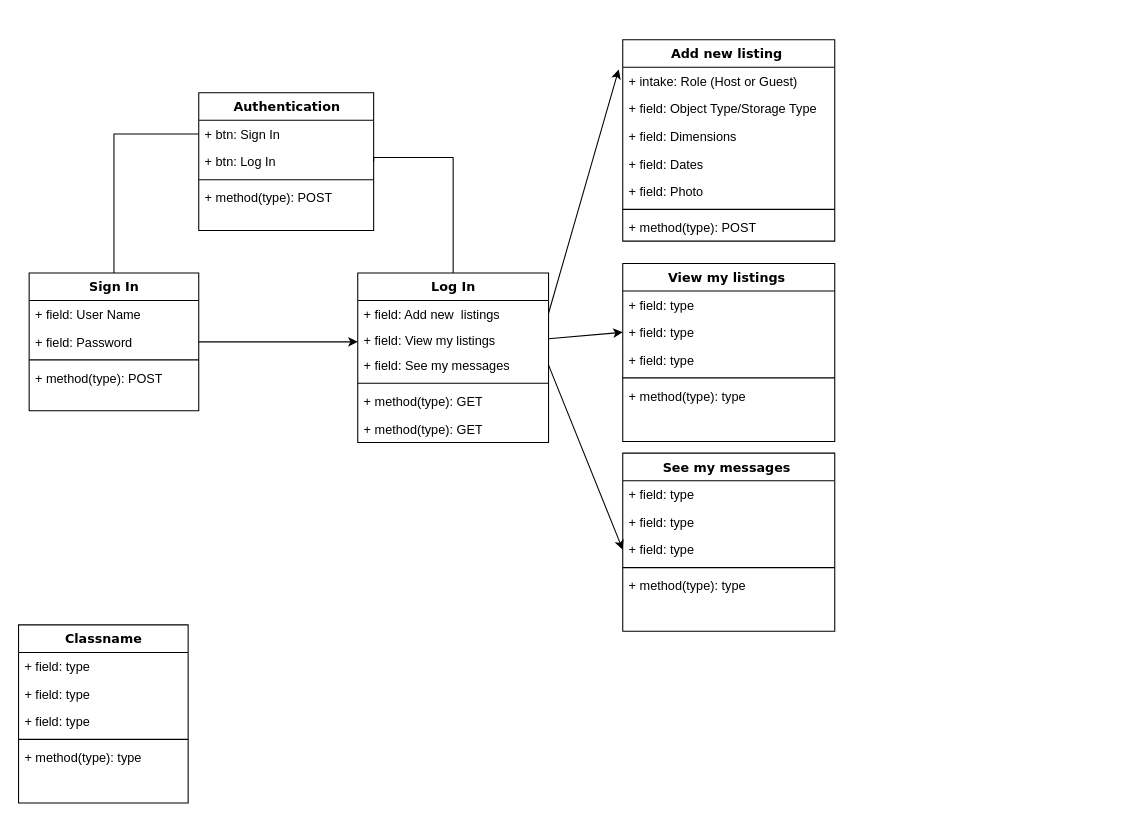
Before: page "Data Flow" (1 of 2) of Untitled Diagram.drawio in AnnaPalii/storeX, a draw.io diagram. Source tidied: cells renumbered, new cells numbered last; positions are measured from the earlier drawing's top-left corner, leaving out a move shared by most shapes. Both pictures are drawn from the tidied source at 106%, with x=0, y=0 at pixel (18, 39).
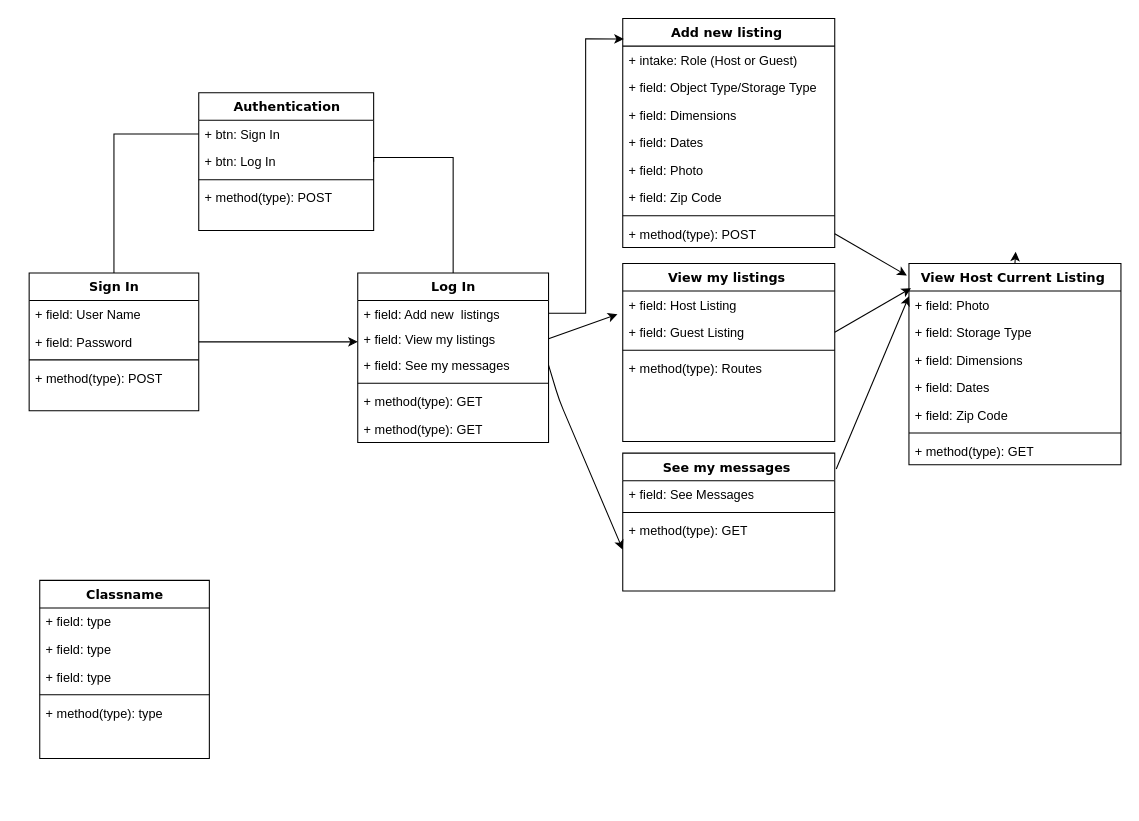
The same page after the edit.

Unchanged cells that the change refers to:
```xml
<mxCell id="3" value="+ intake: Role (Host or Guest)" style="text;html=1;strokeColor=none;fillColor=none;align=left;verticalAlign=top;spacingLeft=4;spacingRight=4;whiteSpace=wrap;overflow=hidden;points=[[0,0.5],[1,0.5]];portConstraint=eastwest;" parent="2" vertex="1">
  <mxGeometry y="26" width="200" height="26" as="geometry" />
</mxCell>
<mxCell id="21" value="+ field: Add new&amp;nbsp; listings" style="text;html=1;strokeColor=none;fillColor=none;align=left;verticalAlign=top;spacingLeft=4;spacingRight=4;whiteSpace=wrap;overflow=hidden;points=[[0,0.5],[1,0.5]];portConstraint=eastwest;" parent="20" vertex="1">
  <mxGeometry y="26" width="180" height="24" as="geometry" />
</mxCell>
<mxCell id="22" value="+ field: View my listings" style="text;html=1;strokeColor=none;fillColor=none;align=left;verticalAlign=top;spacingLeft=4;spacingRight=4;whiteSpace=wrap;overflow=hidden;points=[[0,0.5],[1,0.5]];portConstraint=eastwest;" parent="20" vertex="1">
  <mxGeometry y="50" width="180" height="24" as="geometry" />
</mxCell>
<mxCell id="23" value="+ field: See my messages&amp;nbsp;" style="text;html=1;strokeColor=none;fillColor=none;align=left;verticalAlign=top;spacingLeft=4;spacingRight=4;whiteSpace=wrap;overflow=hidden;points=[[0,0.5],[1,0.5]];portConstraint=eastwest;" parent="20" vertex="1">
  <mxGeometry y="74" width="180" height="26" as="geometry" />
</mxCell>
<mxCell id="29" value="View my listings&amp;nbsp;" style="swimlane;html=1;fontStyle=1;align=center;verticalAlign=top;horizontal=1;startSize=26;swimlaneFillColor=#ffffff;rounded=0;shadow=0;comic=0;labelBackgroundColor=none;strokeWidth=1;fillColor=none;fontFamily=Verdana;fontSize=12;" parent="1" vertex="1">
  <mxGeometry x="570" y="211" width="200" height="168" as="geometry" />
</mxCell>
```

Diff of the diagram source:
```diff
@@
     <mxCell id="2" value="Add new listing&amp;nbsp;" style="swimlane;html=1;fontStyle=1;align=center;verticalAlign=top;horizontal=1;startSize=26;swimlaneFillColor=#ffffff;rounded=0;shadow=0;comic=0;labelBackgroundColor=none;strokeWidth=1;fillColor=none;fontFamily=Verdana;fontSize=12;" parent="1" vertex="1">
-      <mxGeometry x="570" width="200" height="190" as="geometry" />
+      <mxGeometry x="570" y="-20" width="200" height="216" as="geometry" />
     </mxCell>
@@
+    <mxCell id="51" value="+ field: Zip Code&amp;nbsp;&amp;nbsp;" style="text;html=1;strokeColor=none;fillColor=none;align=left;verticalAlign=top;spacingLeft=4;spacingRight=4;whiteSpace=wrap;overflow=hidden;" parent="2" vertex="1">
+      <mxGeometry y="156" width="200" height="26" as="geometry" />
+    </mxCell>
     <mxCell id="8" style="line;html=1;strokeWidth=1;fillColor=none;align=left;verticalAlign=middle;spacingTop=-1;spacingLeft=3;spacingRight=3;labelPosition=right;" parent="2" vertex="1">
-      <mxGeometry y="156" width="200" height="8" as="geometry" />
+      <mxGeometry y="182" width="200" height="8" as="geometry" />
     </mxCell>
     <mxCell id="9" value="+ method(type): POST" style="text;html=1;strokeColor=none;fillColor=none;align=left;verticalAlign=top;spacingLeft=4;spacingRight=4;whiteSpace=wrap;overflow=hidden;points=[[0,0.5],[1,0.5]];portConstraint=eastwest;" parent="2" vertex="1">
-      <mxGeometry y="164" width="200" height="26" as="geometry" />
+      <mxGeometry y="190" width="200" height="26" as="geometry" />
     </mxCell>
@@
+    <mxCell id="52" style="edgeStyle=orthogonalEdgeStyle;rounded=0;jettySize=auto;html=1;exitX=1;exitY=0.5;exitDx=0;exitDy=0;entryX=0.005;entryY=0.089;entryDx=0;entryDy=0;entryPerimeter=0;" parent="1" edge="1" source="21" target="2">
+      <mxGeometry relative="1" as="geometry" />
+    </mxCell>
@@
-    <mxCell id="30" value="+ field: type" style="text;html=1;strokeColor=none;fillColor=none;align=left;verticalAlign=top;spacingLeft=4;spacingRight=4;whiteSpace=wrap;overflow=hidden;" parent="29" vertex="1">
+    <mxCell id="30" value="+ field: Host Listing" style="text;html=1;strokeColor=none;fillColor=none;align=left;verticalAlign=top;spacingLeft=4;spacingRight=4;whiteSpace=wrap;overflow=hidden;" parent="29" vertex="1">
       <mxGeometry y="26" width="200" height="26" as="geometry" />
     </mxCell>
-    <mxCell id="31" value="+ field: type" style="text;html=1;strokeColor=none;fillColor=none;align=left;verticalAlign=top;spacingLeft=4;spacingRight=4;whiteSpace=wrap;overflow=hidden;points=[[0,0.5],[1,0.5]];portConstraint=eastwest;" parent="29" vertex="1">
+    <mxCell id="31" value="+ field: Guest Listing&amp;nbsp;" style="text;html=1;strokeColor=none;fillColor=none;align=left;verticalAlign=top;spacingLeft=4;spacingRight=4;whiteSpace=wrap;overflow=hidden;points=[[0,0.5],[1,0.5]];portConstraint=eastwest;" parent="29" vertex="1">
       <mxGeometry y="52" width="200" height="26" as="geometry" />
     </mxCell>
-    <mxCell id="32" value="+ field: type" style="text;html=1;strokeColor=none;fillColor=none;align=left;verticalAlign=top;spacingLeft=4;spacingRight=4;whiteSpace=wrap;overflow=hidden;" parent="29" vertex="1">
-      <mxGeometry y="78" width="200" height="26" as="geometry" />
-    </mxCell>
     <mxCell id="33" style="line;html=1;strokeWidth=1;fillColor=none;align=left;verticalAlign=middle;spacingTop=-1;spacingLeft=3;spacingRight=3;labelPosition=right;" parent="29" vertex="1">
-      <mxGeometry y="104" width="200" height="8" as="geometry" />
+      <mxGeometry y="78" width="200" height="8" as="geometry" />
     </mxCell>
-    <mxCell id="34" value="+ method(type): type" style="text;html=1;strokeColor=none;fillColor=none;align=left;verticalAlign=top;spacingLeft=4;spacingRight=4;whiteSpace=wrap;overflow=hidden;" parent="29" vertex="1">
-      <mxGeometry y="112" width="200" height="26" as="geometry" />
+    <mxCell id="34" value="+ method(type): Routes" style="text;html=1;strokeColor=none;fillColor=none;align=left;verticalAlign=top;spacingLeft=4;spacingRight=4;whiteSpace=wrap;overflow=hidden;" parent="29" vertex="1">
+      <mxGeometry y="86" width="200" height="26" as="geometry" />
     </mxCell>
@@
     <mxCell id="36" value="See my messages&amp;nbsp;" style="swimlane;html=1;fontStyle=1;align=center;verticalAlign=top;horizontal=1;startSize=26;swimlaneFillColor=#ffffff;rounded=0;shadow=0;comic=0;labelBackgroundColor=none;strokeWidth=1;fillColor=none;fontFamily=Verdana;fontSize=12;" parent="1" vertex="1">
-      <mxGeometry x="570" y="390" width="200" height="168" as="geometry" />
+      <mxGeometry x="570" y="390" width="200" height="130" as="geometry" />
     </mxCell>
-    <mxCell id="37" value="+ field: type" style="text;html=1;strokeColor=none;fillColor=none;align=left;verticalAlign=top;spacingLeft=4;spacingRight=4;whiteSpace=wrap;overflow=hidden;" parent="36" vertex="1">
+    <mxCell id="37" value="+ field: See Messages" style="text;html=1;strokeColor=none;fillColor=none;align=left;verticalAlign=top;spacingLeft=4;spacingRight=4;whiteSpace=wrap;overflow=hidden;" parent="36" vertex="1">
       <mxGeometry y="26" width="200" height="26" as="geometry" />
     </mxCell>
-    <mxCell id="38" value="+ field: type" style="text;html=1;strokeColor=none;fillColor=none;align=left;verticalAlign=top;spacingLeft=4;spacingRight=4;whiteSpace=wrap;overflow=hidden;" parent="36" vertex="1">
-      <mxGeometry y="52" width="200" height="26" as="geometry" />
-    </mxCell>
-    <mxCell id="39" value="+ field: type" style="text;html=1;strokeColor=none;fillColor=none;align=left;verticalAlign=top;spacingLeft=4;spacingRight=4;whiteSpace=wrap;overflow=hidden;points=[[0,0.5],[1,0.5]];portConstraint=eastwest;" parent="36" vertex="1">
-      <mxGeometry y="78" width="200" height="26" as="geometry" />
-    </mxCell>
     <mxCell id="40" style="line;html=1;strokeWidth=1;fillColor=none;align=left;verticalAlign=middle;spacingTop=-1;spacingLeft=3;spacingRight=3;labelPosition=right;" parent="36" vertex="1">
-      <mxGeometry y="104" width="200" height="8" as="geometry" />
+      <mxGeometry y="52" width="200" height="8" as="geometry" />
     </mxCell>
-    <mxCell id="41" value="+ method(type): type" style="text;html=1;strokeColor=none;fillColor=none;align=left;verticalAlign=top;spacingLeft=4;spacingRight=4;whiteSpace=wrap;overflow=hidden;" parent="36" vertex="1">
-      <mxGeometry y="112" width="200" height="26" as="geometry" />
+    <mxCell id="41" value="+ method(type): GET" style="text;html=1;strokeColor=none;fillColor=none;align=left;verticalAlign=top;spacingLeft=4;spacingRight=4;whiteSpace=wrap;overflow=hidden;" parent="36" vertex="1">
+      <mxGeometry y="60" width="200" height="26" as="geometry" />
     </mxCell>
     <mxCell id="42" value="Classname" style="swimlane;html=1;fontStyle=1;align=center;verticalAlign=top;horizontal=1;startSize=26;swimlaneFillColor=#ffffff;rounded=0;shadow=0;comic=0;labelBackgroundColor=none;strokeWidth=1;fillColor=none;fontFamily=Verdana;fontSize=12;" parent="1" vertex="1">
-      <mxGeometry y="552" width="160" height="168" as="geometry" />
+      <mxGeometry x="20" y="510" width="160" height="168" as="geometry" />
     </mxCell>
@@
-    <mxCell id="48" style="endArrow=classic;html=1;exitX=1;exitY=0.5;exitDx=0;exitDy=0;entryX=-0.019;entryY=0.077;entryDx=0;entryDy=0;entryPerimeter=0;" parent="1" edge="1" source="21" target="3">
-      <mxGeometry relative="1" as="geometry" />
-    </mxCell>
-    <mxCell id="49" style="endArrow=classic;html=1;exitX=1;exitY=0.5;exitDx=0;exitDy=0;entryX=0;entryY=0.5;entryDx=0;entryDy=0;" parent="1" edge="1" source="22" target="31">
+    <mxCell id="49" style="endArrow=classic;html=1;exitX=1;exitY=0.5;exitDx=0;exitDy=0;entryX=-0.025;entryY=-0.154;entryDx=0;entryDy=0;entryPerimeter=0;" parent="1" edge="1" source="22" target="31">
       <mxGeometry relative="1" as="geometry" />
     </mxCell>
-    <mxCell id="50" style="endArrow=classic;html=1;exitX=1;exitY=0.5;exitDx=0;exitDy=0;entryX=0;entryY=0.5;entryDx=0;entryDy=0;" parent="1" edge="1" source="23" target="39">
-      <mxGeometry relative="1" as="geometry" />
+    <mxCell id="50" style="endArrow=classic;html=1;exitX=1;exitY=0.5;exitDx=0;exitDy=0;entryX=0;entryY=0.5;entryDx=0;entryDy=0;" parent="1" edge="1" source="23">
+      <mxGeometry relative="1" as="geometry">
+        <mxPoint x="570" y="481" as="targetPoint" />
+        <Array as="points">
+          <mxPoint x="510" y="340" />
+        </Array>
+      </mxGeometry>
     </mxCell>
+    <mxCell id="53" style="edgeStyle=orthogonalEdgeStyle;rounded=0;jettySize=auto;html=1;exitX=0.5;exitY=0;exitDx=0;exitDy=0;" parent="1" edge="1" source="54">
+      <mxGeometry relative="1" as="geometry">
+        <mxPoint x="940.7" y="200" as="targetPoint" />
+      </mxGeometry>
+    </mxCell>
+    <mxCell id="54" value="View Host Current Listing&amp;nbsp;" style="swimlane;html=1;fontStyle=1;align=center;verticalAlign=top;horizontal=1;startSize=26;swimlaneFillColor=#ffffff;rounded=0;shadow=0;comic=0;labelBackgroundColor=none;strokeWidth=1;fillColor=none;fontFamily=Verdana;fontSize=12;" parent="1" vertex="1">
+      <mxGeometry x="840" y="211" width="200" height="190" as="geometry" />
+    </mxCell>
+    <mxCell id="55" value="+ field: Photo" style="text;html=1;strokeColor=none;fillColor=none;align=left;verticalAlign=top;spacingLeft=4;spacingRight=4;whiteSpace=wrap;overflow=hidden;points=[[0,0.5],[1,0.5]];portConstraint=eastwest;" parent="54" vertex="1">
+      <mxGeometry y="26" width="200" height="26" as="geometry" />
+    </mxCell>
+    <mxCell id="56" value="+ field: Storage Type" style="text;html=1;strokeColor=none;fillColor=none;align=left;verticalAlign=top;spacingLeft=4;spacingRight=4;whiteSpace=wrap;overflow=hidden;" parent="54" vertex="1">
+      <mxGeometry y="52" width="200" height="26" as="geometry" />
+    </mxCell>
+    <mxCell id="57" value="+ field: Dimensions" style="text;html=1;strokeColor=none;fillColor=none;align=left;verticalAlign=top;spacingLeft=4;spacingRight=4;whiteSpace=wrap;overflow=hidden;" parent="54" vertex="1">
+      <mxGeometry y="78" width="200" height="26" as="geometry" />
+    </mxCell>
+    <mxCell id="58" value="+ field: Dates&amp;nbsp;&amp;nbsp;" style="text;html=1;strokeColor=none;fillColor=none;align=left;verticalAlign=top;spacingLeft=4;spacingRight=4;whiteSpace=wrap;overflow=hidden;" parent="54" vertex="1">
+      <mxGeometry y="104" width="200" height="26" as="geometry" />
+    </mxCell>
+    <mxCell id="59" value="+ field: Zip Code&amp;nbsp;&amp;nbsp;" style="text;html=1;strokeColor=none;fillColor=none;align=left;verticalAlign=top;spacingLeft=4;spacingRight=4;whiteSpace=wrap;overflow=hidden;" parent="54" vertex="1">
+      <mxGeometry y="130" width="200" height="26" as="geometry" />
+    </mxCell>
+    <mxCell id="60" style="line;html=1;strokeWidth=1;fillColor=none;align=left;verticalAlign=middle;spacingTop=-1;spacingLeft=3;spacingRight=3;labelPosition=right;" parent="54" vertex="1">
+      <mxGeometry y="156" width="200" height="8" as="geometry" />
+    </mxCell>
+    <mxCell id="61" value="+ method(type): GET" style="text;html=1;strokeColor=none;fillColor=none;align=left;verticalAlign=top;spacingLeft=4;spacingRight=4;whiteSpace=wrap;overflow=hidden;" parent="54" vertex="1">
+      <mxGeometry y="164" width="200" height="26" as="geometry" />
+    </mxCell>
+    <mxCell id="62" style="endArrow=classic;html=1;exitX=1;exitY=0.5;exitDx=0;exitDy=0;entryX=-0.01;entryY=0.06;entryDx=0;entryDy=0;entryPerimeter=0;" parent="1" edge="1" source="9" target="54">
+      <mxGeometry relative="1" as="geometry" />
+    </mxCell>
+    <mxCell id="63" style="endArrow=classic;html=1;exitX=1;exitY=0.5;exitDx=0;exitDy=0;entryX=0.01;entryY=-0.103;entryDx=0;entryDy=0;entryPerimeter=0;" parent="1" edge="1" source="31" target="55">
+      <mxGeometry relative="1" as="geometry" />
+    </mxCell>
+    <mxCell id="64" style="endArrow=classic;html=1;exitX=1.007;exitY=0.115;exitDx=0;exitDy=0;exitPerimeter=0;" parent="1" edge="1" source="36">
+      <mxGeometry relative="1" as="geometry">
+        <mxPoint x="840" y="242" as="targetPoint" />
+      </mxGeometry>
+    </mxCell>
```
